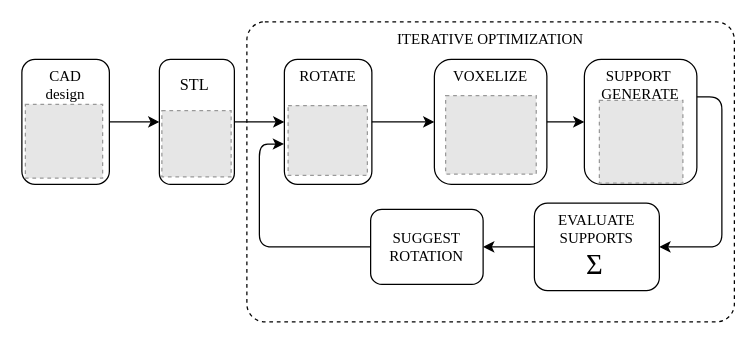
This is !5_article/Images/02_orientationOptim/processOrientationOptimization.drawio from hapeet/3D-print-optimization___India-summer-internship, a draw.io file, before an edit. Source tidied: cells renumbered, new cells numbered last; positions are measured from the earlier drawing's top-left corner, leaving out a move shared by most shapes. Both pictures are drawn from the tidied source at 125%, with x=0, y=0 at pixel (21, 21). Pictures stored in the file or linked from it are replaced by grey dashed boxes.
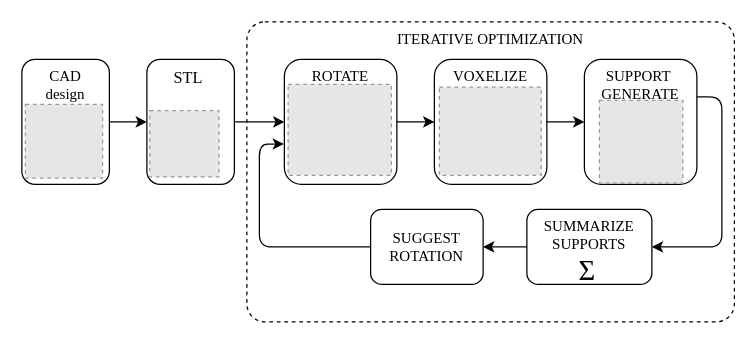
Above is the later version.

Diff of the diagram source:
```diff
@@
     <mxCell id="4" value="ROTATE" style="whiteSpace=wrap;html=1;fontFamily=Times New Roman;rounded=1;verticalAlign=top;" parent="1" vertex="1">
-      <mxGeometry x="210" y="30" width="70" height="100" as="geometry" />
+      <mxGeometry x="210" y="30" width="90" height="100" as="geometry" />
     </mxCell>
@@
-    <mxCell id="13" value="EVALUATE SUPPORTS&lt;br&gt;&lt;font style=&quot;font-size: 23px;&quot;&gt;Σ&lt;/font&gt;&amp;nbsp;" style="whiteSpace=wrap;html=1;fontFamily=Times New Roman;rounded=1;verticalAlign=top;" parent="1" vertex="1">
-      <mxGeometry x="410" y="145" width="100" height="70" as="geometry" />
+    <mxCell id="13" value="SUMMARIZE SUPPORTS&lt;br&gt;&lt;font style=&quot;font-size: 23px;&quot;&gt;Σ&lt;/font&gt;&amp;nbsp;" style="whiteSpace=wrap;html=1;fontFamily=Times New Roman;rounded=1;verticalAlign=top;" parent="1" vertex="1">
+      <mxGeometry x="404" y="150" width="100" height="60" as="geometry" />
     </mxCell>
@@
-    <mxCell id="20" style="group;" parent="1" vertex="1">
-      <mxGeometry x="110" y="30" width="60" height="100" as="geometry" />
+    <mxCell id="20" style="group;spacing=2;" parent="1" vertex="1">
+      <mxGeometry x="100" y="30" width="70" height="100" as="geometry" />
     </mxCell>
-    <mxCell id="21" value="STL&amp;nbsp;" style="whiteSpace=wrap;html=1;fontFamily=Times New Roman;rounded=1;verticalAlign=top;fontSize=13;horizontal=1;spacingTop=6;" parent="20" vertex="1">
-      <mxGeometry width="60" height="100" as="geometry" />
+    <mxCell id="21" value="STL&amp;nbsp;" style="whiteSpace=wrap;html=1;fontFamily=Times New Roman;rounded=1;verticalAlign=top;fontSize=13;horizontal=1;spacingTop=0;" parent="20" vertex="1">
+      <mxGeometry width="70" height="100" as="geometry" />
     </mxCell>
     <mxCell id="22" style="fillColor=#E6E6E6;strokeColor=#999999;dashed=1;verticalLabelPosition=bottom;labelBackgroundColor=default;verticalAlign=top;" parent="20" vertex="1">
-      <mxGeometry x="2" y="41" width="55.4" height="53" as="geometry" />
+      <mxGeometry x="2.3" y="41" width="55.4" height="53" as="geometry" />
     </mxCell>
     <mxCell id="23" style="fillColor=#E6E6E6;strokeColor=#999999;dashed=1;verticalLabelPosition=bottom;labelBackgroundColor=default;verticalAlign=top;" parent="1" vertex="1">
-      <mxGeometry x="339" y="59" width="72.5" height="62.7" as="geometry" />
+      <mxGeometry x="334" y="52.2" width="81.5" height="70.5" as="geometry" />
     </mxCell>
     <mxCell id="24" style="fillColor=#E6E6E6;strokeColor=#999999;dashed=1;verticalLabelPosition=bottom;labelBackgroundColor=default;verticalAlign=top;" parent="1" vertex="1">
-      <mxGeometry x="213" y="66.9" width="63.4" height="55.8" as="geometry" />
+      <mxGeometry x="213" y="50" width="82.6" height="72.7" as="geometry" />
     </mxCell>
```
